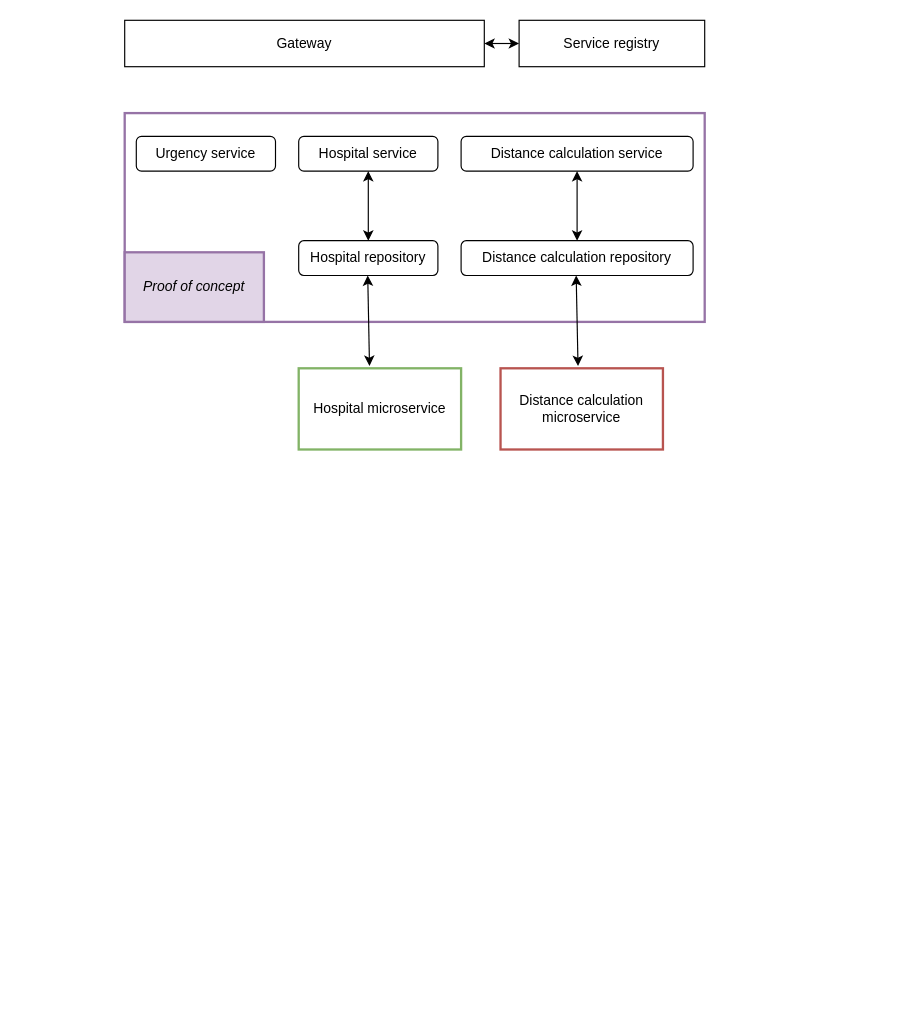
Above: Integration strategy testing.drawio in cjour/audit_logistics (draw.io), before the change. Source tidied: cells renumbered, new cells numbered last; positions are measured from the earlier drawing's top-left corner, leaving out a move shared by most shapes. Both pictures are drawn from the tidied source at 116%, with x=0, y=0 at pixel (124, 20).
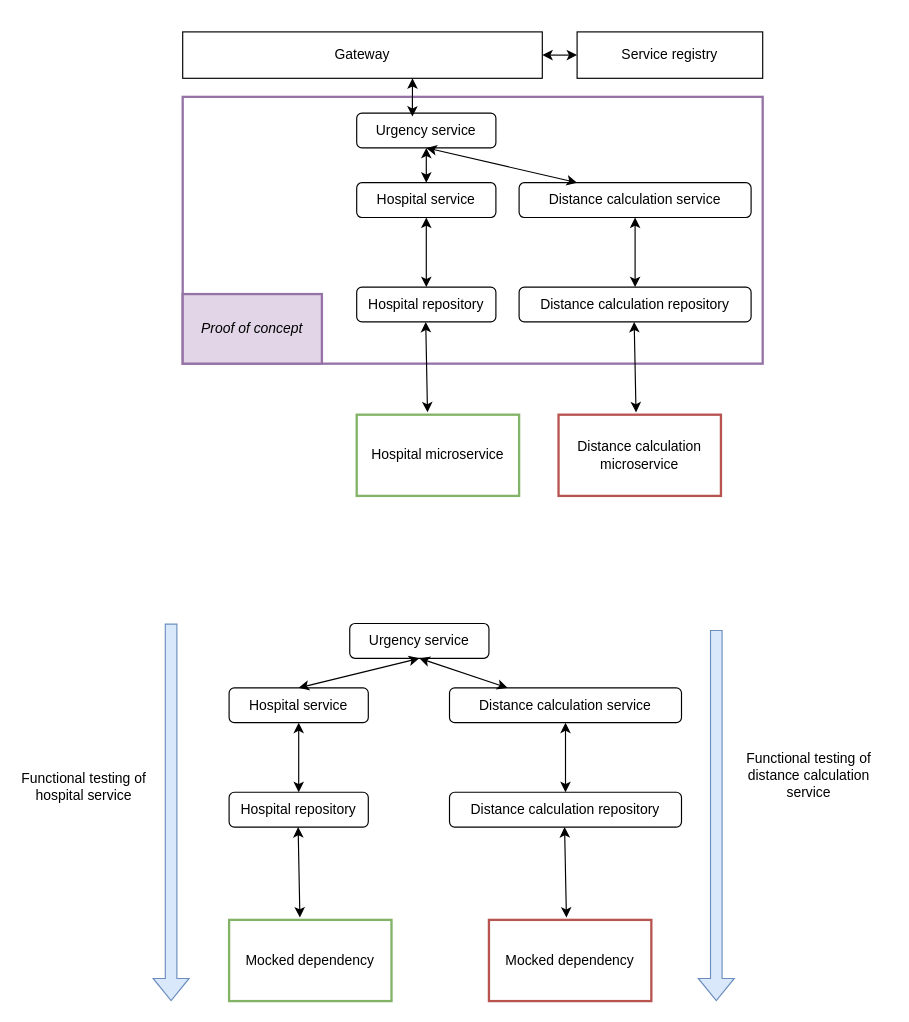
After the change.

Commit message:
Mettre à jour Integration strategy testing.drawio

What changed in the source:
```diff
@@
+    <mxCell id="18" style="group;" parent="1" vertex="1">
+      <mxGeometry x="50" y="10" width="500" height="400" as="geometry" />
+    </mxCell>
-    <mxCell id="2" style="rounded=0;whiteSpace=wrap;html=1;fillColor=none;strokeColor=#9673a6;strokeWidth=2;" parent="1" vertex="1">
-      <mxGeometry y="80" width="500" height="180" as="geometry" />
+    <mxCell id="2" style="rounded=0;whiteSpace=wrap;html=1;fillColor=none;strokeColor=#9673a6;strokeWidth=2;" parent="18" vertex="1">
+      <mxGeometry y="56" width="500" height="230" as="geometry" />
     </mxCell>
-    <mxCell id="3" value="Urgency service" style="rounded=1;whiteSpace=wrap;html=1;" parent="1" vertex="1">
-      <mxGeometry x="10" y="100" width="120" height="30" as="geometry" />
+    <mxCell id="3" value="Urgency service" style="rounded=1;whiteSpace=wrap;html=1;" parent="18" vertex="1">
+      <mxGeometry x="150" y="70" width="120" height="30" as="geometry" />
     </mxCell>
-    <mxCell id="4" value="Hospital service" style="rounded=1;whiteSpace=wrap;html=1;" parent="1" vertex="1">
-      <mxGeometry x="150" y="100" width="120" height="30" as="geometry" />
+    <mxCell id="4" value="Hospital service" style="rounded=1;whiteSpace=wrap;html=1;" parent="18" vertex="1">
+      <mxGeometry x="150" y="130" width="120" height="30" as="geometry" />
     </mxCell>
-    <mxCell id="5" value="Distance calculation service" style="rounded=1;whiteSpace=wrap;html=1;" parent="1" vertex="1">
-      <mxGeometry x="290" y="100" width="200" height="30" as="geometry" />
+    <mxCell id="5" value="Distance calculation service" style="rounded=1;whiteSpace=wrap;html=1;" parent="18" vertex="1">
+      <mxGeometry x="290" y="130" width="200" height="30" as="geometry" />
     </mxCell>
-    <mxCell id="6" value="Gateway" style="rounded=0;whiteSpace=wrap;html=1;" parent="1" vertex="1">
+    <mxCell id="6" value="Gateway" style="rounded=0;whiteSpace=wrap;html=1;" parent="18" vertex="1">
       <mxGeometry width="310" height="40" as="geometry" />
     </mxCell>
-    <mxCell id="7" value="Distance calculation repository" style="rounded=1;whiteSpace=wrap;html=1;" parent="1" vertex="1">
-      <mxGeometry x="290" y="190" width="200" height="30" as="geometry" />
+    <mxCell id="7" value="Distance calculation repository" style="rounded=1;whiteSpace=wrap;html=1;" parent="18" vertex="1">
+      <mxGeometry x="290" y="220" width="200" height="30" as="geometry" />
     </mxCell>
-    <mxCell id="8" value="Hospital repository" style="rounded=1;whiteSpace=wrap;html=1;" parent="1" vertex="1">
-      <mxGeometry x="150" y="190" width="120" height="30" as="geometry" />
+    <mxCell id="8" value="Hospital repository" style="rounded=1;whiteSpace=wrap;html=1;" parent="18" vertex="1">
+      <mxGeometry x="150" y="220" width="120" height="30" as="geometry" />
     </mxCell>
-    <mxCell id="9" style="endArrow=classic;startArrow=classic;html=1;rounded=0;entryX=0.5;entryY=0;entryDx=0;entryDy=0;exitX=0.5;exitY=1;exitDx=0;exitDy=0;" parent="1" edge="1" source="4" target="8">
+    <mxCell id="9" style="endArrow=classic;startArrow=classic;html=1;rounded=0;entryX=0.5;entryY=0;entryDx=0;entryDy=0;exitX=0.5;exitY=1;exitDx=0;exitDy=0;" parent="18" edge="1" source="4" target="8">
       <mxGeometry relative="1" as="geometry" />
     </mxCell>
-    <mxCell id="10" style="endArrow=classic;startArrow=classic;html=1;rounded=0;entryX=0.5;entryY=0;entryDx=0;entryDy=0;" parent="1" edge="1" target="7">
+    <mxCell id="10" style="endArrow=classic;startArrow=classic;html=1;rounded=0;entryX=0.5;entryY=0;entryDx=0;entryDy=0;" parent="18" edge="1" target="7">
       <mxGeometry relative="1" as="geometry">
-        <mxPoint x="390" y="130" as="sourcePoint" />
+        <mxPoint x="390" y="160" as="sourcePoint" />
       </mxGeometry>
     </mxCell>
-    <mxCell id="11" value="&lt;i&gt;Proof of concept&lt;/i&gt;" style="rounded=0;whiteSpace=wrap;html=1;fillColor=#e1d5e7;strokeColor=#9673a6;strokeWidth=2;" parent="1" vertex="1">
-      <mxGeometry y="200" width="120" height="60" as="geometry" />
+    <mxCell id="11" value="&lt;i&gt;Proof of concept&lt;/i&gt;" style="rounded=0;whiteSpace=wrap;html=1;fillColor=#e1d5e7;strokeColor=#9673a6;strokeWidth=2;" parent="18" vertex="1">
+      <mxGeometry y="226" width="120" height="60" as="geometry" />
     </mxCell>
-    <mxCell id="12" value="&lt;div&gt;Service registry&lt;/div&gt;" style="rounded=0;whiteSpace=wrap;html=1;" parent="1" vertex="1">
+    <mxCell id="12" value="&lt;div&gt;Service registry&lt;/div&gt;" style="rounded=0;whiteSpace=wrap;html=1;" parent="18" vertex="1">
       <mxGeometry x="340" width="160" height="40" as="geometry" />
     </mxCell>
-    <mxCell id="13" style="endArrow=classic;startArrow=classic;html=1;rounded=0;entryX=0;entryY=0.5;entryDx=0;entryDy=0;exitX=1;exitY=0.5;exitDx=0;exitDy=0;" parent="1" edge="1" source="6" target="12">
+    <mxCell id="13" style="endArrow=classic;startArrow=classic;html=1;rounded=0;entryX=0;entryY=0.5;entryDx=0;entryDy=0;exitX=1;exitY=0.5;exitDx=0;exitDy=0;" parent="18" edge="1" source="6" target="12">
       <mxGeometry relative="1" as="geometry" />
     </mxCell>
-    <mxCell id="14" value="Hospital microservice" style="rounded=0;whiteSpace=wrap;html=1;fillColor=none;strokeColor=#82b366;strokeWidth=2;" parent="1" vertex="1">
-      <mxGeometry x="150" y="300" width="140" height="70" as="geometry" />
+    <mxCell id="14" value="Hospital microservice" style="rounded=0;whiteSpace=wrap;html=1;fillColor=none;strokeColor=#82b366;strokeWidth=2;" parent="18" vertex="1">
+      <mxGeometry x="150" y="330" width="140" height="70" as="geometry" />
     </mxCell>
-    <mxCell id="15" value="Distance calculation microservice" style="rounded=0;whiteSpace=wrap;html=1;fillColor=none;strokeColor=#b85450;strokeWidth=2;" parent="1" vertex="1">
-      <mxGeometry x="324" y="300" width="140" height="70" as="geometry" />
+    <mxCell id="15" value="Distance calculation microservice" style="rounded=0;whiteSpace=wrap;html=1;fillColor=none;strokeColor=#b85450;strokeWidth=2;" parent="18" vertex="1">
+      <mxGeometry x="324" y="330" width="140" height="70" as="geometry" />
     </mxCell>
-    <mxCell id="16" style="endArrow=classic;startArrow=classic;html=1;rounded=0;entryX=0.436;entryY=-0.029;entryDx=0;entryDy=0;exitX=0.5;exitY=1;exitDx=0;exitDy=0;entryPerimeter=0;" parent="1" edge="1" target="14">
+    <mxCell id="16" style="endArrow=classic;startArrow=classic;html=1;rounded=0;entryX=0.436;entryY=-0.029;entryDx=0;entryDy=0;exitX=0.5;exitY=1;exitDx=0;exitDy=0;entryPerimeter=0;" parent="18" edge="1" target="14">
       <mxGeometry relative="1" as="geometry">
-        <mxPoint x="209.5" y="220" as="sourcePoint" />
+        <mxPoint x="209.5" y="250" as="sourcePoint" />
       </mxGeometry>
     </mxCell>
-    <mxCell id="17" style="endArrow=classic;startArrow=classic;html=1;rounded=0;entryX=0.436;entryY=-0.029;entryDx=0;entryDy=0;exitX=0.5;exitY=1;exitDx=0;exitDy=0;entryPerimeter=0;" parent="1" edge="1">
+    <mxCell id="17" style="endArrow=classic;startArrow=classic;html=1;rounded=0;entryX=0.436;entryY=-0.029;entryDx=0;entryDy=0;exitX=0.5;exitY=1;exitDx=0;exitDy=0;entryPerimeter=0;" parent="18" edge="1">
       <mxGeometry relative="1" as="geometry">
-        <mxPoint x="389.2" y="220" as="sourcePoint" />
-        <mxPoint x="390.8" y="298" as="targetPoint" />
+        <mxPoint x="389.2" y="250" as="sourcePoint" />
+        <mxPoint x="390.8" y="328" as="targetPoint" />
       </mxGeometry>
     </mxCell>
+    <mxCell id="19" style="endArrow=classic;startArrow=classic;html=1;rounded=0;" parent="18" edge="1">
+      <mxGeometry relative="1" as="geometry">
+        <mxPoint x="210" y="100" as="sourcePoint" />
+        <mxPoint x="210" y="130" as="targetPoint" />
+      </mxGeometry>
+    </mxCell>
+    <mxCell id="20" style="endArrow=classic;startArrow=classic;html=1;rounded=0;entryX=0.4;entryY=0.1;entryDx=0;entryDy=0;exitX=0.639;exitY=1;exitDx=0;exitDy=0;exitPerimeter=0;entryPerimeter=0;" parent="18" edge="1" source="6" target="3">
+      <mxGeometry relative="1" as="geometry" />
+    </mxCell>
+    <mxCell id="21" style="endArrow=classic;startArrow=classic;html=1;rounded=0;entryX=0.25;entryY=0;entryDx=0;entryDy=0;exitX=0.5;exitY=1;exitDx=0;exitDy=0;" parent="18" edge="1" source="3" target="5">
+      <mxGeometry relative="1" as="geometry" />
+    </mxCell>
+    <mxCell id="22" value="Urgency service" style="rounded=1;whiteSpace=wrap;html=1;" parent="1" vertex="1">
+      <mxGeometry x="194" y="520" width="120" height="30" as="geometry" />
+    </mxCell>
+    <mxCell id="23" value="Hospital service" style="rounded=1;whiteSpace=wrap;html=1;" parent="1" vertex="1">
+      <mxGeometry x="90" y="575.5" width="120" height="30" as="geometry" />
+    </mxCell>
+    <mxCell id="24" value="Distance calculation service" style="rounded=1;whiteSpace=wrap;html=1;" parent="1" vertex="1">
+      <mxGeometry x="280" y="575.5" width="200" height="30" as="geometry" />
+    </mxCell>
+    <mxCell id="25" value="Distance calculation repository" style="rounded=1;whiteSpace=wrap;html=1;" parent="1" vertex="1">
+      <mxGeometry x="280" y="665.5" width="200" height="30" as="geometry" />
+    </mxCell>
+    <mxCell id="26" value="Hospital repository" style="rounded=1;whiteSpace=wrap;html=1;" parent="1" vertex="1">
+      <mxGeometry x="90" y="665.5" width="120" height="30" as="geometry" />
+    </mxCell>
+    <mxCell id="27" style="endArrow=classic;startArrow=classic;html=1;rounded=0;entryX=0.5;entryY=0;entryDx=0;entryDy=0;exitX=0.5;exitY=1;exitDx=0;exitDy=0;" parent="1" edge="1" source="23" target="26">
+      <mxGeometry relative="1" as="geometry" />
+    </mxCell>
+    <mxCell id="28" style="endArrow=classic;startArrow=classic;html=1;rounded=0;entryX=0.5;entryY=0;entryDx=0;entryDy=0;" parent="1" edge="1" target="25">
+      <mxGeometry relative="1" as="geometry">
+        <mxPoint x="380" y="605.5" as="sourcePoint" />
+      </mxGeometry>
+    </mxCell>
+    <mxCell id="29" value="Mocked dependency" style="rounded=0;whiteSpace=wrap;html=1;fillColor=none;strokeColor=#82b366;strokeWidth=2;" parent="1" vertex="1">
+      <mxGeometry x="90" y="775.5" width="140" height="70" as="geometry" />
+    </mxCell>
+    <mxCell id="30" value="Mocked dependency" style="rounded=0;whiteSpace=wrap;html=1;fillColor=none;strokeColor=#b85450;strokeWidth=2;" parent="1" vertex="1">
+      <mxGeometry x="314" y="775.5" width="140" height="70" as="geometry" />
+    </mxCell>
+    <mxCell id="31" style="endArrow=classic;startArrow=classic;html=1;rounded=0;entryX=0.436;entryY=-0.029;entryDx=0;entryDy=0;exitX=0.5;exitY=1;exitDx=0;exitDy=0;entryPerimeter=0;" parent="1" edge="1" target="29">
+      <mxGeometry relative="1" as="geometry">
+        <mxPoint x="149.5" y="695.5" as="sourcePoint" />
+      </mxGeometry>
+    </mxCell>
+    <mxCell id="32" style="endArrow=classic;startArrow=classic;html=1;rounded=0;entryX=0.436;entryY=-0.029;entryDx=0;entryDy=0;exitX=0.5;exitY=1;exitDx=0;exitDy=0;entryPerimeter=0;" parent="1" edge="1">
+      <mxGeometry relative="1" as="geometry">
+        <mxPoint x="379.2" y="695.5" as="sourcePoint" />
+        <mxPoint x="380.8" y="773.5" as="targetPoint" />
+      </mxGeometry>
+    </mxCell>
+    <mxCell id="33" style="endArrow=classic;startArrow=classic;html=1;rounded=0;exitX=0.5;exitY=1;exitDx=0;exitDy=0;" parent="1" edge="1" source="22">
+      <mxGeometry relative="1" as="geometry">
+        <mxPoint x="150" y="575.5" as="targetPoint" />
+      </mxGeometry>
+    </mxCell>
+    <mxCell id="34" style="endArrow=classic;startArrow=classic;html=1;rounded=0;entryX=0.25;entryY=0;entryDx=0;entryDy=0;exitX=0.5;exitY=1;exitDx=0;exitDy=0;" parent="1" edge="1" source="22" target="24">
+      <mxGeometry relative="1" as="geometry" />
+    </mxCell>
+    <mxCell id="35" style="shape=flexArrow;endArrow=classic;html=1;rounded=0;fillColor=#dae8fc;strokeColor=#6c8ebf;" parent="1" edge="1">
+      <mxGeometry relative="1" as="geometry">
+        <mxPoint x="510" y="525.5" as="sourcePoint" />
+        <mxPoint x="510" y="845.5" as="targetPoint" />
+      </mxGeometry>
+    </mxCell>
+    <mxCell id="36" style="shape=flexArrow;endArrow=classic;html=1;rounded=0;fillColor=#dae8fc;strokeColor=#6c8ebf;" parent="1" edge="1">
+      <mxGeometry relative="1" as="geometry">
+        <mxPoint x="40" y="520" as="sourcePoint" />
+        <mxPoint x="40" y="845.5" as="targetPoint" />
+      </mxGeometry>
+    </mxCell>
+    <mxCell id="37" value="&lt;div&gt;Functional testing of hospital service&lt;/div&gt;" style="text;html=1;strokeColor=none;fillColor=none;align=center;verticalAlign=middle;whiteSpace=wrap;rounded=0;" parent="1" vertex="1">
+      <mxGeometry x="-90" y="635.5" width="110" height="50" as="geometry" />
+    </mxCell>
+    <mxCell id="38" value="&lt;div&gt;Functional testing of &lt;br&gt;&lt;/div&gt;&lt;div&gt;distance calculation service&lt;/div&gt;" style="text;html=1;strokeColor=none;fillColor=none;align=center;verticalAlign=middle;whiteSpace=wrap;rounded=0;" parent="1" vertex="1">
+      <mxGeometry x="520" y="635.5" width="140" height="30" as="geometry" />
+    </mxCell>
```
